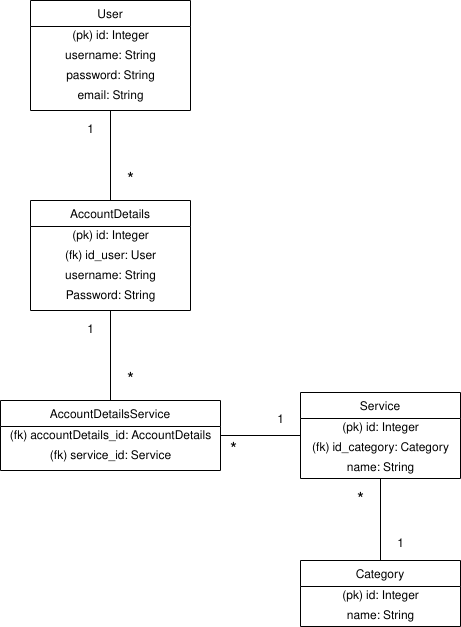
Above: Tietokantakaavio.png in AtteMa/keychain (draw.io), before the change. Source tidied: cells renumbered, new cells last; positions are measured from the earlier drawing's top-left corner, leaving out a move shared by most shapes. Source of this version:
```xml
<mxGraphModel background="#FFFFFF">
  <root>
    <mxCell id="0" />
    <mxCell id="1" parent="0" />
    <mxCell id="2" value="User" style="swimlane;fontStyle=0;align=center;verticalAlign=top;horizontal=1;startSize=26;rounded=0;shadow=0;strokeWidth=1;" parent="1" vertex="1">
      <mxGeometry x="30" width="160" height="110" as="geometry" />
    </mxCell>
    <mxCell id="3" value="&lt;div&gt;(pk) id: Integer&lt;/div&gt;" style="text;html=1;align=center;verticalAlign=middle;" parent="2" vertex="1">
      <mxGeometry y="26" width="160" height="20" as="geometry" />
    </mxCell>
    <mxCell id="4" value="username: String" style="text;html=1;align=center;verticalAlign=middle;" parent="2" vertex="1">
      <mxGeometry y="46" width="160" height="20" as="geometry" />
    </mxCell>
    <mxCell id="5" value="password: String" style="text;html=1;align=center;verticalAlign=middle;" parent="2" vertex="1">
      <mxGeometry y="66" width="160" height="20" as="geometry" />
    </mxCell>
    <mxCell id="6" value="email: String" style="text;html=1;align=center;verticalAlign=middle;" parent="2" vertex="1">
      <mxGeometry y="86" width="160" height="20" as="geometry" />
    </mxCell>
    <mxCell id="7" value="AccountDetails" style="swimlane;fontStyle=0;align=center;verticalAlign=top;horizontal=1;startSize=26;rounded=0;shadow=0;strokeWidth=1;" parent="1" vertex="1">
      <mxGeometry x="30" y="200" width="160" height="110" as="geometry" />
    </mxCell>
    <mxCell id="8" value="&lt;div&gt;(pk) id: Integer&lt;/div&gt;" style="text;html=1;align=center;verticalAlign=middle;" parent="7" vertex="1">
      <mxGeometry y="26" width="160" height="20" as="geometry" />
    </mxCell>
    <mxCell id="9" value="(fk) id_user: User" style="text;html=1;align=center;verticalAlign=middle;" parent="7" vertex="1">
      <mxGeometry y="46" width="160" height="20" as="geometry" />
    </mxCell>
    <mxCell id="10" value="username: String" style="text;html=1;align=center;verticalAlign=middle;" parent="7" vertex="1">
      <mxGeometry y="66" width="160" height="20" as="geometry" />
    </mxCell>
    <mxCell id="11" value="Password: String" style="text;html=1;align=center;verticalAlign=middle;" parent="7" vertex="1">
      <mxGeometry y="86" width="160" height="20" as="geometry" />
    </mxCell>
    <mxCell id="12" style="endArrow=none;html=1;entryX=0.5;entryY=0;entryDx=0;entryDy=0;exitX=0.5;exitY=1;exitDx=0;exitDy=0;" parent="1" edge="1" source="2" target="7">
      <mxGeometry relative="1" as="geometry" />
    </mxCell>
    <mxCell id="13" value="Service" style="swimlane;fontStyle=0;align=center;verticalAlign=top;horizontal=1;startSize=26;rounded=0;shadow=0;strokeWidth=1;" parent="1" vertex="1">
      <mxGeometry x="300" y="392" width="160" height="86" as="geometry" />
    </mxCell>
    <mxCell id="14" value="&lt;div&gt;(pk) id: Integer&lt;/div&gt;" style="text;html=1;align=center;verticalAlign=middle;" parent="13" vertex="1">
      <mxGeometry y="26" width="160" height="20" as="geometry" />
    </mxCell>
    <mxCell id="15" value="(fk) id_category: Category" style="text;html=1;align=center;verticalAlign=middle;points=[];" parent="13" vertex="1">
      <mxGeometry y="46" width="160" height="20" as="geometry" />
    </mxCell>
    <mxCell id="16" value="name: String" style="text;html=1;align=center;verticalAlign=middle;" parent="13" vertex="1">
      <mxGeometry y="66" width="160" height="20" as="geometry" />
    </mxCell>
    <mxCell id="17" value="Category" style="swimlane;fontStyle=0;align=center;verticalAlign=top;horizontal=1;startSize=26;rounded=0;shadow=0;strokeWidth=1;" parent="1" vertex="1">
      <mxGeometry x="300" y="560" width="160" height="66" as="geometry" />
    </mxCell>
    <mxCell id="18" value="&lt;div&gt;(pk) id: Integer&lt;/div&gt;" style="text;html=1;align=center;verticalAlign=middle;" parent="17" vertex="1">
      <mxGeometry y="26" width="160" height="20" as="geometry" />
    </mxCell>
    <mxCell id="19" value="name: String" style="text;html=1;align=center;verticalAlign=middle;" parent="17" vertex="1">
      <mxGeometry y="46" width="160" height="20" as="geometry" />
    </mxCell>
    <mxCell id="20" value="&lt;font style=&quot;font-size: 18px&quot;&gt;*&lt;/font&gt;" style="text;html=1;align=center;verticalAlign=middle;" parent="1" vertex="1">
      <mxGeometry x="120" y="170" width="20" height="20" as="geometry" />
    </mxCell>
    <mxCell id="21" value="1" style="text;html=1;align=center;verticalAlign=middle;" parent="1" vertex="1">
      <mxGeometry x="80" y="120" width="20" height="20" as="geometry" />
    </mxCell>
    <mxCell id="22" value="AccountDetailsService" style="swimlane;fontStyle=0;align=center;verticalAlign=top;horizontal=1;startSize=26;rounded=0;shadow=0;strokeWidth=1;" parent="1" vertex="1">
      <mxGeometry y="400" width="220" height="70" as="geometry" />
    </mxCell>
    <mxCell id="23" value="(fk) accountDetails_id: AccountDetails" style="text;html=1;align=center;verticalAlign=middle;" parent="22" vertex="1">
      <mxGeometry y="26" width="220" height="20" as="geometry" />
    </mxCell>
    <mxCell id="24" value="(fk) service_id: Service" style="text;html=1;align=center;verticalAlign=middle;" parent="22" vertex="1">
      <mxGeometry y="46" width="220" height="20" as="geometry" />
    </mxCell>
    <mxCell id="25" style="endArrow=none;html=1;entryX=0.5;entryY=1;entryDx=0;entryDy=0;exitX=0.5;exitY=0;exitDx=0;exitDy=0;" parent="1" edge="1" source="22" target="7">
      <mxGeometry relative="1" as="geometry" />
    </mxCell>
    <mxCell id="26" value="&lt;font style=&quot;font-size: 18px&quot;&gt;*&lt;/font&gt;" style="text;html=1;align=center;verticalAlign=middle;" parent="1" vertex="1">
      <mxGeometry x="120" y="370" width="20" height="20" as="geometry" />
    </mxCell>
    <mxCell id="27" value="1" style="text;html=1;align=center;verticalAlign=middle;" parent="1" vertex="1">
      <mxGeometry x="80" y="320" width="20" height="20" as="geometry" />
    </mxCell>
    <mxCell id="28" style="endArrow=none;html=1;entryX=1;entryY=0.5;entryDx=0;entryDy=0;exitX=0;exitY=-0.15;exitDx=0;exitDy=0;exitPerimeter=0;" parent="1" edge="1" source="15" target="22">
      <mxGeometry relative="1" as="geometry" />
    </mxCell>
    <mxCell id="29" value="&lt;font style=&quot;font-size: 18px&quot;&gt;*&lt;/font&gt;" style="text;html=1;align=center;verticalAlign=middle;" parent="1" vertex="1">
      <mxGeometry x="223" y="440" width="20" height="20" as="geometry" />
    </mxCell>
    <mxCell id="30" value="1" style="text;html=1;align=center;verticalAlign=middle;" parent="1" vertex="1">
      <mxGeometry x="270" y="410" width="20" height="20" as="geometry" />
    </mxCell>
    <mxCell id="31" style="endArrow=none;html=1;entryX=0.5;entryY=1;entryDx=0;entryDy=0;exitX=0.5;exitY=0;exitDx=0;exitDy=0;" parent="1" edge="1" source="17" target="13">
      <mxGeometry relative="1" as="geometry" />
    </mxCell>
    <mxCell id="32" value="&lt;font style=&quot;font-size: 18px&quot;&gt;*&lt;/font&gt;" style="text;html=1;align=center;verticalAlign=middle;" parent="1" vertex="1">
      <mxGeometry x="350" y="490" width="20" height="20" as="geometry" />
    </mxCell>
    <mxCell id="33" value="1" style="text;html=1;align=center;verticalAlign=middle;" parent="1" vertex="1">
      <mxGeometry x="390" y="534" width="20" height="20" as="geometry" />
    </mxCell>
  </root>
</mxGraphModel>
```
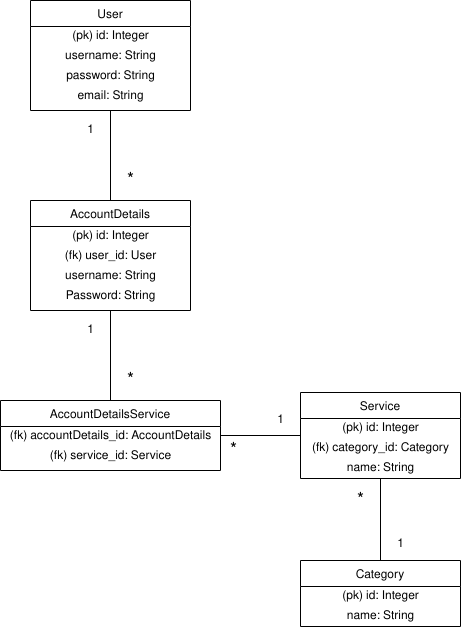
After the change.

What changed in the source:
```diff
@@ -23,7 +23,7 @@
     <mxCell id="8" value="&lt;div&gt;(pk) id: Integer&lt;/div&gt;" style="text;html=1;align=center;verticalAlign=middle;" parent="7" vertex="1">
       <mxGeometry y="26" width="160" height="20" as="geometry" />
     </mxCell>
-    <mxCell id="9" value="(fk) id_user: User" style="text;html=1;align=center;verticalAlign=middle;" parent="7" vertex="1">
+    <mxCell id="9" value="(fk) user_id: User" style="text;html=1;align=center;verticalAlign=middle;" parent="7" vertex="1">
       <mxGeometry y="46" width="160" height="20" as="geometry" />
     </mxCell>
     <mxCell id="10" value="username: String" style="text;html=1;align=center;verticalAlign=middle;" parent="7" vertex="1">
@@ -41,7 +41,7 @@
     <mxCell id="14" value="&lt;div&gt;(pk) id: Integer&lt;/div&gt;" style="text;html=1;align=center;verticalAlign=middle;" parent="13" vertex="1">
       <mxGeometry y="26" width="160" height="20" as="geometry" />
     </mxCell>
-    <mxCell id="15" value="(fk) id_category: Category" style="text;html=1;align=center;verticalAlign=middle;points=[];" parent="13" vertex="1">
+    <mxCell id="15" value="(fk) category_id: Category" style="text;html=1;align=center;verticalAlign=middle;points=[];" parent="13" vertex="1">
       <mxGeometry y="46" width="160" height="20" as="geometry" />
     </mxCell>
     <mxCell id="16" value="name: String" style="text;html=1;align=center;verticalAlign=middle;" parent="13" vertex="1">
```
